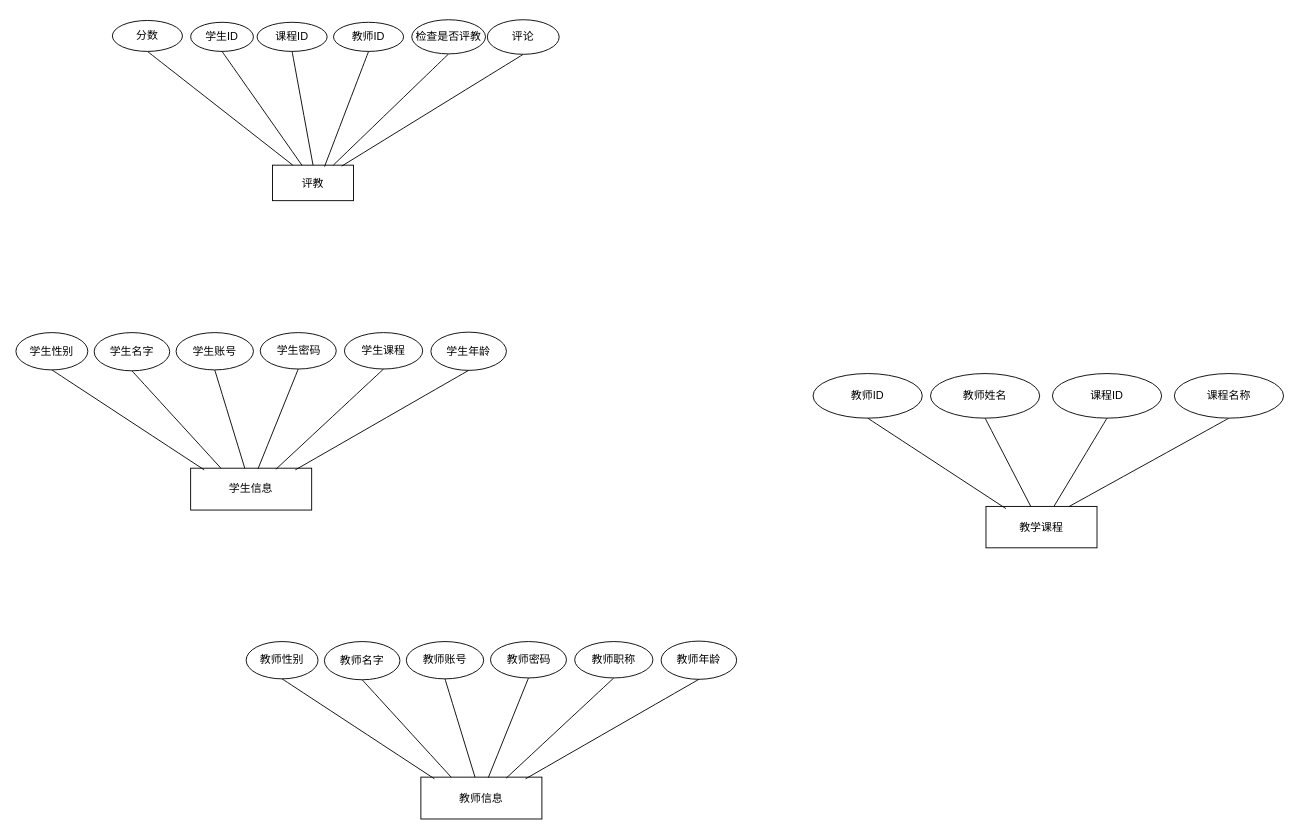
The draw.io diagram page "实体图" (5 of 8) of 未命名绘图.drawio in mao-user/2024code, before the edit. Source tidied: cells renumbered, new cells numbered last; positions are measured from the earlier drawing's top-left corner, leaving out a move shared by most shapes. Both pictures are drawn from the tidied source at 91%, with x=0, y=0 at pixel (15, 19).
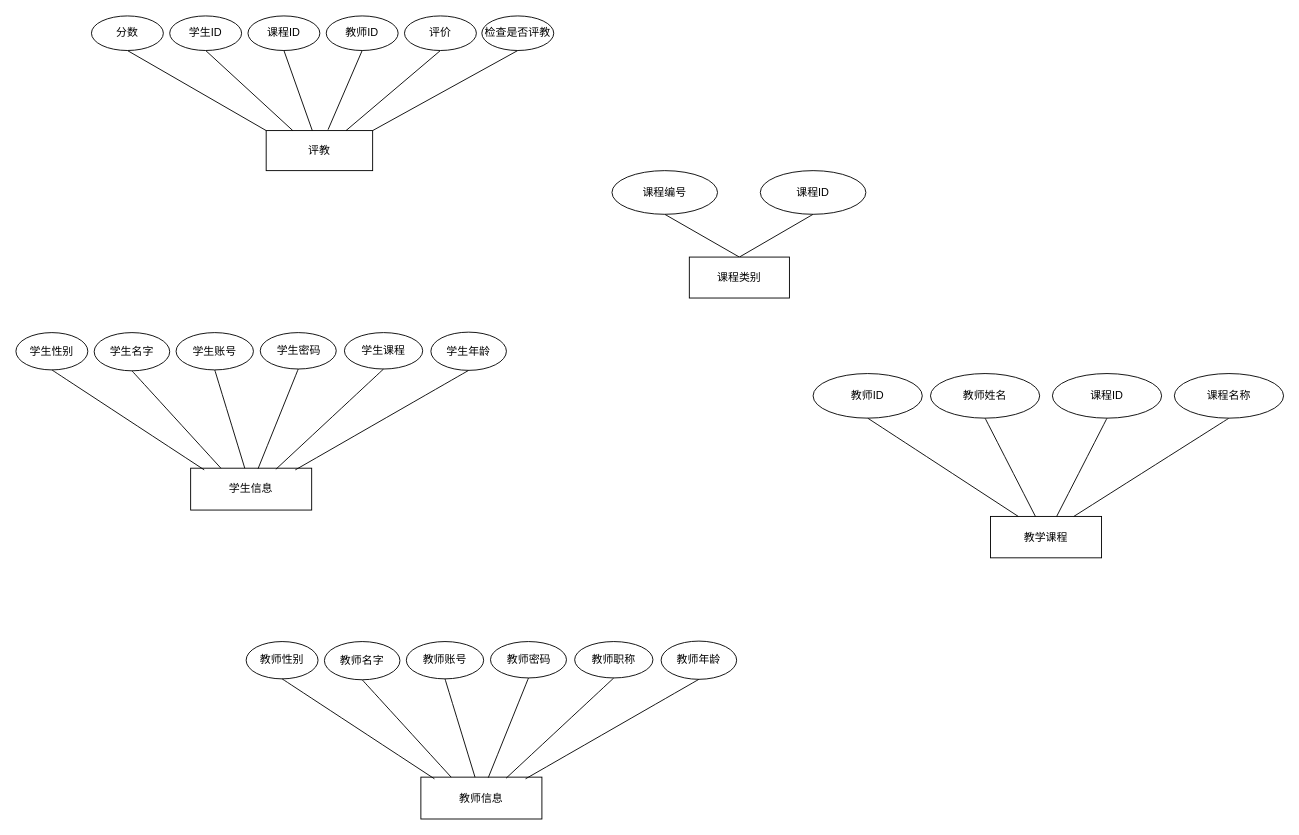
The same page after the edit.

Unchanged cells that the change refers to:
```xml
<mxCell id="42" value="教师ID" style="ellipse;whiteSpace=wrap;html=1;" parent="1" vertex="1">
  <mxGeometry x="876" y="389" width="120" height="49" as="geometry" />
</mxCell>
```

Change to the diagram source:
```diff
@@
     <mxCell id="2" value="评教" style="rounded=0;whiteSpace=wrap;html=1;" parent="1" vertex="1">
-      <mxGeometry x="282" y="160" width="89" height="39" as="geometry" />
+      <mxGeometry x="275" y="122" width="117" height="44" as="geometry" />
     </mxCell>
-    <mxCell id="3" value="学生ID" style="ellipse;whiteSpace=wrap;html=1;" parent="1" vertex="1">
-      <mxGeometry x="192" y="3" width="69" height="32" as="geometry" />
-    </mxCell>
-    <mxCell id="4" value="教师ID" style="ellipse;whiteSpace=wrap;html=1;" parent="1" vertex="1">
-      <mxGeometry x="349" y="3" width="77" height="32" as="geometry" />
-    </mxCell>
-    <mxCell id="5" style="edgeStyle=none;curved=1;rounded=0;jettySize=auto;html=1;exitX=0.5;exitY=1;exitDx=0;exitDy=0;entryX=0.75;entryY=0;entryDx=0;entryDy=0;fontSize=12;startSize=8;endSize=8;endArrow=none;startFill=0;" parent="1" edge="1" source="6" target="2">
-      <mxGeometry relative="1" as="geometry" />
-    </mxCell>
-    <mxCell id="6" value="检查是否评教" style="ellipse;whiteSpace=wrap;html=1;" parent="1" vertex="1">
-      <mxGeometry x="435" y="0.2" width="81" height="37.5" as="geometry" />
-    </mxCell>
-    <mxCell id="7" style="edgeStyle=none;curved=1;rounded=0;jettySize=auto;html=1;exitX=0.5;exitY=1;exitDx=0;exitDy=0;entryX=0.25;entryY=0;entryDx=0;entryDy=0;fontSize=12;startSize=8;endSize=8;endArrow=none;startFill=0;" parent="1" edge="1" source="8" target="2">
-      <mxGeometry relative="1" as="geometry" />
-    </mxCell>
-    <mxCell id="8" value="分数" style="ellipse;whiteSpace=wrap;html=1;" parent="1" vertex="1">
-      <mxGeometry x="106" y="1" width="77" height="34" as="geometry" />
-    </mxCell>
-    <mxCell id="9" style="edgeStyle=none;curved=1;rounded=0;jettySize=auto;html=1;exitX=0.5;exitY=1;exitDx=0;exitDy=0;fontSize=12;startSize=8;endSize=8;endArrow=none;startFill=0;entryX=0.854;entryY=0.027;entryDx=0;entryDy=0;entryPerimeter=0;" parent="1" edge="1" source="10" target="2">
+    <mxCell id="9" style="rounded=0;jettySize=auto;html=1;exitX=0.5;exitY=1;exitDx=0;exitDy=0;entryX=1;entryY=0;entryDx=0;entryDy=0;endArrow=none;startFill=0;" parent="1" edge="1" source="10" target="2">
       <mxGeometry relative="1" as="geometry" />
     </mxCell>
-    <mxCell id="10" value="评论" style="ellipse;whiteSpace=wrap;html=1;" parent="1" vertex="1">
-      <mxGeometry x="518" y="0.2" width="79" height="38" as="geometry" />
+    <mxCell id="10" value="检查是否评教" style="ellipse;whiteSpace=wrap;html=1;" parent="1" vertex="1">
+      <mxGeometry x="512" y="-4" width="79" height="38" as="geometry" />
     </mxCell>
-    <mxCell id="11" style="edgeStyle=none;curved=1;rounded=0;jettySize=auto;html=1;exitX=0.5;exitY=1;exitDx=0;exitDy=0;entryX=0.5;entryY=0;entryDx=0;entryDy=0;fontSize=12;startSize=8;endSize=8;endArrow=none;startFill=0;" parent="1" edge="1" source="12" target="2">
-      <mxGeometry relative="1" as="geometry" />
-    </mxCell>
-    <mxCell id="12" value="课程ID" style="ellipse;whiteSpace=wrap;html=1;" parent="1" vertex="1">
-      <mxGeometry x="265" y="3" width="77" height="32" as="geometry" />
-    </mxCell>
-    <mxCell id="13" style="edgeStyle=none;curved=1;rounded=0;jettySize=auto;html=1;exitX=0.5;exitY=1;exitDx=0;exitDy=0;entryX=0.364;entryY=0.006;entryDx=0;entryDy=0;entryPerimeter=0;fontSize=12;startSize=8;endSize=8;endArrow=none;startFill=0;" parent="1" edge="1" source="3" target="2">
-      <mxGeometry relative="1" as="geometry" />
-    </mxCell>
-    <mxCell id="14" style="edgeStyle=none;curved=1;rounded=0;jettySize=auto;html=1;exitX=0.5;exitY=1;exitDx=0;exitDy=0;entryX=0.642;entryY=0.039;entryDx=0;entryDy=0;entryPerimeter=0;fontSize=12;startSize=8;endSize=8;endArrow=none;startFill=0;" parent="1" edge="1" source="4" target="2">
-      <mxGeometry relative="1" as="geometry" />
-    </mxCell>
@@
     <mxCell id="41" value="教学课程" style="rounded=0;whiteSpace=wrap;html=1;" parent="1" vertex="1">
-      <mxGeometry x="1066" y="535" width="122" height="45.5" as="geometry" />
+      <mxGeometry x="1071" y="546" width="122" height="45.5" as="geometry" />
     </mxCell>
@@
-    <mxCell id="49" style="edgeStyle=none;curved=1;rounded=0;jettySize=auto;html=1;exitX=0.5;exitY=1;exitDx=0;exitDy=0;entryX=0.179;entryY=0.052;entryDx=0;entryDy=0;entryPerimeter=0;fontSize=12;startSize=8;endSize=8;endArrow=none;startFill=0;" parent="1" edge="1" source="42" target="41">
+    <mxCell id="49" style="edgeStyle=none;curved=1;rounded=0;jettySize=auto;html=1;exitX=0.5;exitY=1;exitDx=0;exitDy=0;entryX=0.25;entryY=0;entryDx=0;entryDy=0;fontSize=12;startSize=8;endSize=8;endArrow=none;startFill=0;" parent="1" edge="1" source="42" target="41">
       <mxGeometry relative="1" as="geometry" />
     </mxCell>
+    <mxCell id="50" style="edgeStyle=orthogonalEdgeStyle;rounded=0;orthogonalLoop=1;jettySize=auto;html=1;exitX=0.5;exitY=1;exitDx=0;exitDy=0;" parent="1" edge="1">
+      <mxGeometry relative="1" as="geometry">
+        <mxPoint x="789" y="298" as="sourcePoint" />
+        <mxPoint x="788.6" y="298.4" as="targetPoint" />
+      </mxGeometry>
+    </mxCell>
+    <mxCell id="51" style="edgeStyle=none;rounded=0;jettySize=auto;html=1;exitX=0.5;exitY=1;exitDx=0;exitDy=0;entryX=0.5;entryY=0;entryDx=0;entryDy=0;endArrow=none;startFill=0;" parent="1" edge="1" source="52" target="55">
+      <mxGeometry relative="1" as="geometry" />
+    </mxCell>
+    <mxCell id="52" value="课程编号" style="ellipse;whiteSpace=wrap;html=1;" parent="1" vertex="1">
+      <mxGeometry x="655" y="166" width="116" height="48" as="geometry" />
+    </mxCell>
+    <mxCell id="53" style="edgeStyle=none;rounded=0;jettySize=auto;html=1;exitX=0.5;exitY=1;exitDx=0;exitDy=0;entryX=0.5;entryY=0;entryDx=0;entryDy=0;endArrow=none;startFill=0;" parent="1" edge="1" source="54" target="55">
+      <mxGeometry relative="1" as="geometry" />
+    </mxCell>
+    <mxCell id="54" value="课程ID" style="ellipse;whiteSpace=wrap;html=1;" parent="1" vertex="1">
+      <mxGeometry x="818" y="166" width="116" height="48" as="geometry" />
+    </mxCell>
+    <mxCell id="55" value="课程类别" style="rounded=0;whiteSpace=wrap;html=1;" parent="1" vertex="1">
+      <mxGeometry x="740" y="261" width="110" height="45" as="geometry" />
+    </mxCell>
+    <mxCell id="56" style="rounded=0;jettySize=auto;html=1;exitX=0.5;exitY=1;exitDx=0;exitDy=0;entryX=0.75;entryY=0;entryDx=0;entryDy=0;endArrow=none;startFill=0;" parent="1" edge="1" source="57" target="2">
+      <mxGeometry relative="1" as="geometry" />
+    </mxCell>
+    <mxCell id="57" value="评价" style="ellipse;whiteSpace=wrap;html=1;" parent="1" vertex="1">
+      <mxGeometry x="427" y="-4" width="79" height="38" as="geometry" />
+    </mxCell>
+    <mxCell id="58" style="rounded=0;jettySize=auto;html=1;exitX=0.5;exitY=1;exitDx=0;exitDy=0;endArrow=none;startFill=0;" parent="1" edge="1" source="4">
+      <mxGeometry relative="1" as="geometry">
+        <mxPoint x="343" y="121" as="targetPoint" />
+      </mxGeometry>
+    </mxCell>
+    <mxCell id="4" value="教师ID" style="ellipse;whiteSpace=wrap;html=1;" parent="1" vertex="1">
+      <mxGeometry x="341" y="-4" width="79" height="38" as="geometry" />
+    </mxCell>
+    <mxCell id="59" style="rounded=0;jettySize=auto;html=1;exitX=0.5;exitY=1;exitDx=0;exitDy=0;endArrow=none;startFill=0;" parent="1" edge="1" source="60" target="2">
+      <mxGeometry relative="1" as="geometry" />
+    </mxCell>
+    <mxCell id="60" value="课程ID" style="ellipse;whiteSpace=wrap;html=1;" parent="1" vertex="1">
+      <mxGeometry x="255" y="-4" width="79" height="38" as="geometry" />
+    </mxCell>
+    <mxCell id="7" style="rounded=0;jettySize=auto;html=1;exitX=0.5;exitY=1;exitDx=0;exitDy=0;entryX=0;entryY=0;entryDx=0;entryDy=0;endArrow=none;startFill=0;" parent="1" edge="1" source="8" target="2">
+      <mxGeometry relative="1" as="geometry" />
+    </mxCell>
+    <mxCell id="8" value="分数" style="ellipse;whiteSpace=wrap;html=1;" parent="1" vertex="1">
+      <mxGeometry x="83" y="-4" width="79" height="38" as="geometry" />
+    </mxCell>
+    <mxCell id="13" style="rounded=0;jettySize=auto;html=1;exitX=0.5;exitY=1;exitDx=0;exitDy=0;entryX=0.25;entryY=0;entryDx=0;entryDy=0;endArrow=none;startFill=0;" parent="1" edge="1" source="3" target="2">
+      <mxGeometry relative="1" as="geometry" />
+    </mxCell>
+    <mxCell id="3" value="学生ID" style="ellipse;whiteSpace=wrap;html=1;" parent="1" vertex="1">
+      <mxGeometry x="169" y="-4" width="79" height="38" as="geometry" />
+    </mxCell>
```
